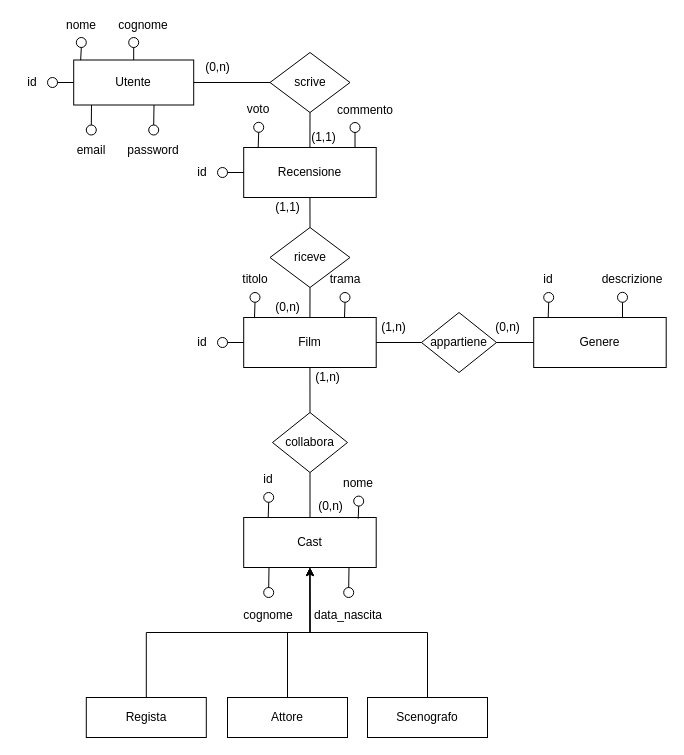
This is page "Schema Finale" (3 of 5) of Diagrammi.drawio from dcocuzza/recensioni_film, a draw.io file, before an edit. Source tidied: cells renumbered, new cells numbered last; positions are measured from the earlier drawing's top-left corner, leaving out a move shared by most shapes. Both pictures are drawn from the tidied source at 100%, with x=0, y=0 at pixel (17, 17).
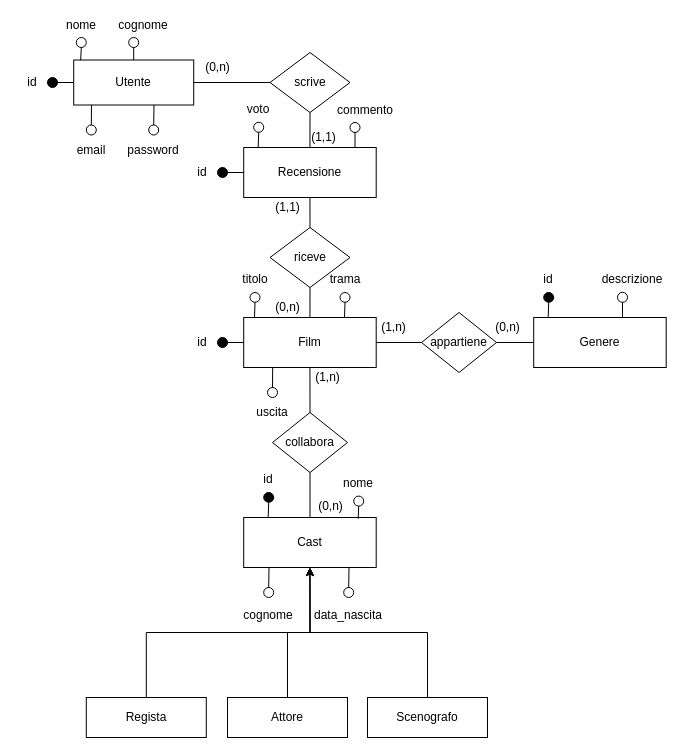
The same page after the edit.

Change to the diagram source:
```diff
@@
-    <mxCell id="18" style="ellipse;whiteSpace=wrap;html=1;" parent="1" vertex="1">
+    <mxCell id="18" style="ellipse;whiteSpace=wrap;html=1;fillColor=#000000;" parent="1" vertex="1">
       <mxGeometry x="30" y="60" width="10" height="10" as="geometry" />
     </mxCell>
@@
-    <mxCell id="37" style="ellipse;whiteSpace=wrap;html=1;" parent="1" vertex="1">
+    <mxCell id="37" style="ellipse;whiteSpace=wrap;html=1;fillColor=#000000;" parent="1" vertex="1">
       <mxGeometry x="526.2" y="275" width="10" height="9.8" as="geometry" />
     </mxCell>
@@
-    <mxCell id="41" style="ellipse;whiteSpace=wrap;html=1;" parent="1" vertex="1">
+    <mxCell id="41" style="ellipse;whiteSpace=wrap;html=1;fillColor=#000000;" parent="1" vertex="1">
       <mxGeometry x="246.2" y="475" width="10" height="9.8" as="geometry" />
     </mxCell>
@@
-    <mxCell id="65" style="ellipse;whiteSpace=wrap;html=1;" parent="1" vertex="1">
+    <mxCell id="65" style="ellipse;whiteSpace=wrap;html=1;fillColor=#000000;" parent="1" vertex="1">
       <mxGeometry x="200" y="320" width="10" height="10" as="geometry" />
     </mxCell>
@@
-    <mxCell id="71" style="ellipse;whiteSpace=wrap;html=1;" parent="1" vertex="1">
+    <mxCell id="71" style="ellipse;whiteSpace=wrap;html=1;fillColor=#000000;" parent="1" vertex="1">
       <mxGeometry x="200" y="150" width="10" height="10" as="geometry" />
     </mxCell>
@@
+    <mxCell id="84" value="uscita" style="text;html=1;strokeColor=none;fillColor=none;align=center;verticalAlign=middle;whiteSpace=wrap;rounded=0;" parent="1" vertex="1">
+      <mxGeometry x="240" y="387.5" width="30" height="15" as="geometry" />
+    </mxCell>
+    <mxCell id="85" style="ellipse;whiteSpace=wrap;html=1;" parent="1" vertex="1">
+      <mxGeometry x="250" y="370" width="10" height="10" as="geometry" />
+    </mxCell>
+    <mxCell id="86" style="endArrow=none;html=1;rounded=0;exitX=0.5;exitY=0;exitDx=0;exitDy=0;" parent="1" edge="1" source="85">
+      <mxGeometry relative="1" as="geometry">
+        <mxPoint x="255.2" y="350" as="targetPoint" />
+      </mxGeometry>
+    </mxCell>
```
